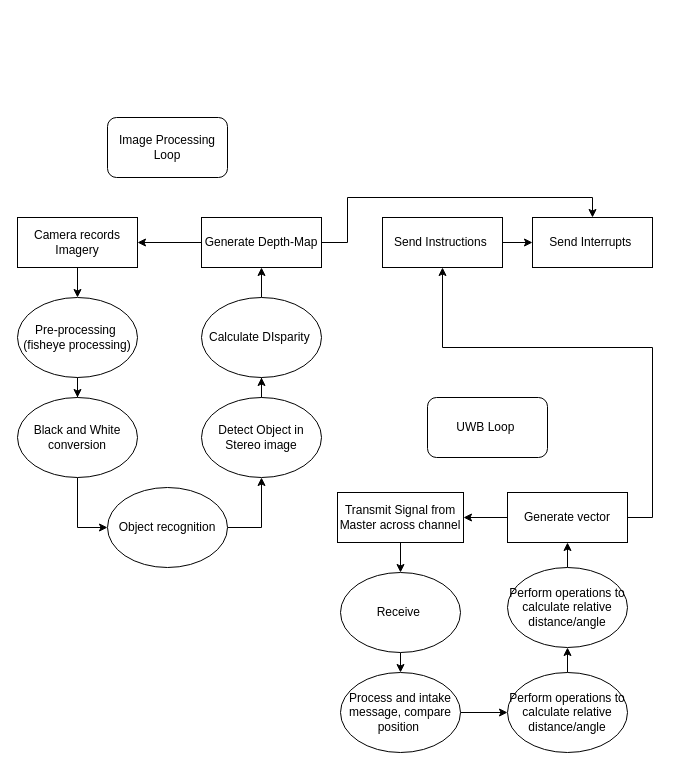
This is page "Page-1" (1 of 3) of diagrams/ProgramFlow.drawio from BowieJames/FollowMe, a draw.io file, before an edit. Source tidied: cells renumbered, new cells numbered last; positions are measured from the earlier drawing's top-left corner, leaving out a move shared by most shapes. Both pictures are drawn from the tidied source at 100%, with x=0, y=0 at pixel (17, 117).
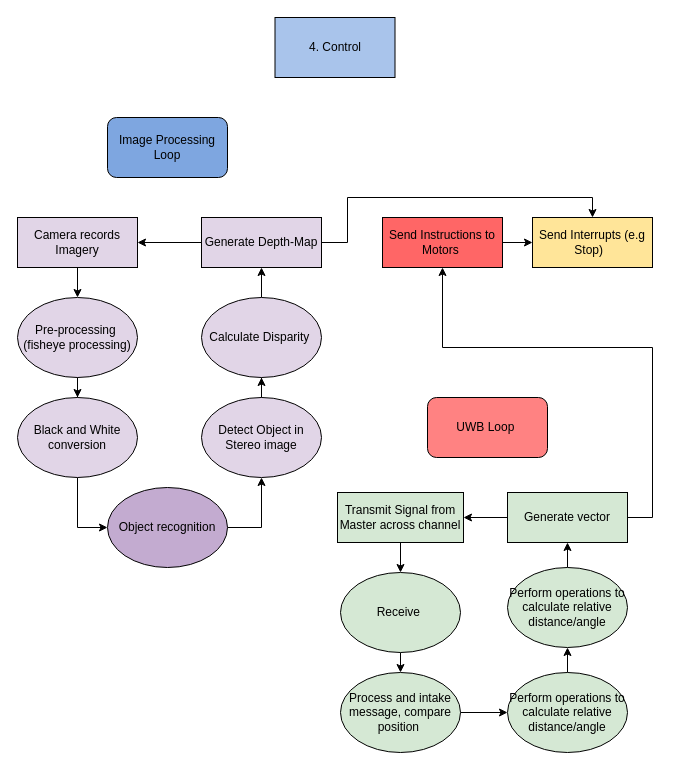
The same diagram, later.

Diff of the diagram source:
```diff
@@
-    <mxCell id="2" style="edgeStyle=orthogonalEdgeStyle;rounded=0;jettySize=auto;html=1;" parent="1" edge="1" source="3" target="5">
+    <mxCell id="2" style="edgeStyle=orthogonalEdgeStyle;rounded=0;jettySize=auto;html=1;fillColor=#E1D5E7;" parent="1" edge="1" source="3" target="5">
       <mxGeometry relative="1" as="geometry" />
     </mxCell>
-    <mxCell id="3" value="Camera records Imagery" style="rounded=0;whiteSpace=wrap;html=1;" parent="1" vertex="1">
+    <mxCell id="3" value="Camera records Imagery" style="rounded=0;whiteSpace=wrap;html=1;fillColor=#E1D5E7;" parent="1" vertex="1">
       <mxGeometry y="100" width="120" height="50" as="geometry" />
     </mxCell>
-    <mxCell id="4" style="edgeStyle=orthogonalEdgeStyle;rounded=0;jettySize=auto;html=1;" parent="1" edge="1" source="5" target="7">
+    <mxCell id="4" style="edgeStyle=orthogonalEdgeStyle;rounded=0;jettySize=auto;html=1;fillColor=#E1D5E7;" parent="1" edge="1" source="5" target="7">
       <mxGeometry relative="1" as="geometry" />
     </mxCell>
-    <mxCell id="5" value="Pre-processing&amp;nbsp;&lt;div&gt;(fisheye processing&lt;span style=&quot;background-color: transparent; color: light-dark(rgb(0, 0, 0), rgb(255, 255, 255));&quot;&gt;)&lt;/span&gt;&lt;/div&gt;" style="ellipse;whiteSpace=wrap;html=1;" parent="1" vertex="1">
+    <mxCell id="5" value="Pre-processing&amp;nbsp;&lt;div&gt;(fisheye processing&lt;span style=&quot;background-color: transparent; color: light-dark(rgb(0, 0, 0), rgb(255, 255, 255));&quot;&gt;)&lt;/span&gt;&lt;/div&gt;" style="ellipse;whiteSpace=wrap;html=1;fillColor=#E1D5E7;" parent="1" vertex="1">
       <mxGeometry y="180" width="120" height="80" as="geometry" />
     </mxCell>
-    <mxCell id="6" style="edgeStyle=orthogonalEdgeStyle;rounded=0;jettySize=auto;html=1;entryX=0;entryY=0.5;entryDx=0;entryDy=0;" parent="1" edge="1" source="7" target="9">
+    <mxCell id="6" style="edgeStyle=orthogonalEdgeStyle;rounded=0;jettySize=auto;html=1;entryX=0;entryY=0.5;entryDx=0;entryDy=0;fillColor=#E1D5E7;" parent="1" edge="1" source="7" target="9">
       <mxGeometry relative="1" as="geometry" />
     </mxCell>
-    <mxCell id="7" value="Black and White conversion" style="ellipse;whiteSpace=wrap;html=1;" parent="1" vertex="1">
+    <mxCell id="7" value="Black and White conversion" style="ellipse;whiteSpace=wrap;html=1;fillColor=#E1D5E7;" parent="1" vertex="1">
       <mxGeometry y="280" width="120" height="80" as="geometry" />
     </mxCell>
-    <mxCell id="8" style="edgeStyle=orthogonalEdgeStyle;rounded=0;jettySize=auto;html=1;entryX=0.5;entryY=1;entryDx=0;entryDy=0;" parent="1" edge="1" source="9" target="11">
+    <mxCell id="8" style="edgeStyle=orthogonalEdgeStyle;rounded=0;jettySize=auto;html=1;entryX=0.5;entryY=1;entryDx=0;entryDy=0;fillColor=#E1D5E7;" parent="1" edge="1" source="9" target="11">
       <mxGeometry relative="1" as="geometry">
         <Array as="points">
           <mxPoint x="244" y="410" />
         </Array>
       </mxGeometry>
     </mxCell>
-    <mxCell id="9" value="Object recognition" style="ellipse;whiteSpace=wrap;html=1;" parent="1" vertex="1">
+    <mxCell id="9" value="Object recognition" style="ellipse;whiteSpace=wrap;html=1;fillColor=#C3ABD0;" parent="1" vertex="1">
       <mxGeometry x="90" y="370" width="120" height="80" as="geometry" />
     </mxCell>
-    <mxCell id="10" style="edgeStyle=orthogonalEdgeStyle;rounded=0;jettySize=auto;html=1;" parent="1" edge="1" source="11" target="13">
+    <mxCell id="10" style="edgeStyle=orthogonalEdgeStyle;rounded=0;jettySize=auto;html=1;fillColor=#E1D5E7;" parent="1" edge="1" source="11" target="13">
       <mxGeometry relative="1" as="geometry" />
     </mxCell>
-    <mxCell id="11" value="Detect Object in Stereo image" style="ellipse;whiteSpace=wrap;html=1;" parent="1" vertex="1">
+    <mxCell id="11" value="Detect Object in Stereo image" style="ellipse;whiteSpace=wrap;html=1;fillColor=#E1D5E7;" parent="1" vertex="1">
       <mxGeometry x="184" y="280" width="120" height="80" as="geometry" />
     </mxCell>
-    <mxCell id="12" style="edgeStyle=orthogonalEdgeStyle;rounded=0;jettySize=auto;html=1;" parent="1" edge="1" source="13" target="16">
+    <mxCell id="12" style="edgeStyle=orthogonalEdgeStyle;rounded=0;jettySize=auto;html=1;fillColor=#E1D5E7;" parent="1" edge="1" source="13" target="16">
       <mxGeometry relative="1" as="geometry" />
     </mxCell>
-    <mxCell id="13" value="Calculate DIsparity&amp;nbsp;" style="ellipse;whiteSpace=wrap;html=1;" parent="1" vertex="1">
+    <mxCell id="13" value="Calculate Disparity&amp;nbsp;" style="ellipse;whiteSpace=wrap;html=1;fillColor=#E1D5E7;" parent="1" vertex="1">
       <mxGeometry x="184" y="180" width="120" height="80" as="geometry" />
     </mxCell>
-    <mxCell id="14" style="edgeStyle=orthogonalEdgeStyle;rounded=0;jettySize=auto;html=1;" parent="1" edge="1" source="16" target="3">
+    <mxCell id="14" style="edgeStyle=orthogonalEdgeStyle;rounded=0;jettySize=auto;html=1;fillColor=#E1D5E7;" parent="1" edge="1" source="16" target="3">
       <mxGeometry relative="1" as="geometry" />
     </mxCell>
@@
-    <mxCell id="16" value="Generate Depth-Map" style="whiteSpace=wrap;html=1;" parent="1" vertex="1">
+    <mxCell id="16" value="Generate Depth-Map" style="whiteSpace=wrap;html=1;fillColor=#E1D5E7;" parent="1" vertex="1">
       <mxGeometry x="184" y="100" width="120" height="50" as="geometry" />
     </mxCell>
-    <mxCell id="17" value="Image Processing Loop" style="rounded=1;whiteSpace=wrap;html=1;" parent="1" vertex="1">
+    <mxCell id="17" value="Image Processing Loop" style="rounded=1;whiteSpace=wrap;html=1;fillColor=#7EA6E0;" parent="1" vertex="1">
       <mxGeometry x="90" width="120" height="60" as="geometry" />
     </mxCell>
-    <mxCell id="18" style="edgeStyle=orthogonalEdgeStyle;rounded=0;jettySize=auto;html=1;" parent="1" edge="1" source="19" target="22">
+    <mxCell id="18" style="edgeStyle=orthogonalEdgeStyle;rounded=0;jettySize=auto;html=1;fillColor=#D5E8D4;" parent="1" edge="1" source="19" target="22">
       <mxGeometry relative="1" as="geometry" />
     </mxCell>
-    <mxCell id="19" value="Transmit Signal from Master across channel" style="rounded=0;whiteSpace=wrap;html=1;" parent="1" vertex="1">
+    <mxCell id="19" value="Transmit Signal from Master across channel" style="rounded=0;whiteSpace=wrap;html=1;fillColor=#D5E8D4;" parent="1" vertex="1">
       <mxGeometry x="320" y="375" width="126" height="50" as="geometry" />
     </mxCell>
-    <mxCell id="20" value="UWB Loop&amp;nbsp;" style="rounded=1;whiteSpace=wrap;html=1;" parent="1" vertex="1">
+    <mxCell id="20" value="UWB Loop&amp;nbsp;" style="rounded=1;whiteSpace=wrap;html=1;fillColor=#FF8282;" parent="1" vertex="1">
       <mxGeometry x="410" y="280" width="120" height="60" as="geometry" />
     </mxCell>
-    <mxCell id="21" style="edgeStyle=orthogonalEdgeStyle;rounded=0;jettySize=auto;html=1;" parent="1" edge="1" source="22">
+    <mxCell id="21" style="edgeStyle=orthogonalEdgeStyle;rounded=0;jettySize=auto;html=1;fillColor=#D5E8D4;" parent="1" edge="1" source="22">
       <mxGeometry relative="1" as="geometry">
         <mxPoint x="383" y="555" as="targetPoint" />
       </mxGeometry>
     </mxCell>
-    <mxCell id="22" value="Receive&amp;nbsp;" style="ellipse;whiteSpace=wrap;html=1;" parent="1" vertex="1">
+    <mxCell id="22" value="Receive&amp;nbsp;" style="ellipse;whiteSpace=wrap;html=1;fillColor=#D5E8D4;" parent="1" vertex="1">
       <mxGeometry x="323" y="455" width="120" height="80" as="geometry" />
     </mxCell>
-    <mxCell id="23" style="edgeStyle=orthogonalEdgeStyle;rounded=0;jettySize=auto;html=1;" parent="1" edge="1" source="24" target="26">
+    <mxCell id="23" style="edgeStyle=orthogonalEdgeStyle;rounded=0;jettySize=auto;html=1;fillColor=#D5E8D4;" parent="1" edge="1" source="24" target="26">
       <mxGeometry relative="1" as="geometry" />
     </mxCell>
-    <mxCell id="24" value="Process and intake message, compare position&amp;nbsp;" style="ellipse;whiteSpace=wrap;html=1;" parent="1" vertex="1">
+    <mxCell id="24" value="Process and intake message, compare position&amp;nbsp;" style="ellipse;whiteSpace=wrap;html=1;fillColor=#D5E8D4;" parent="1" vertex="1">
       <mxGeometry x="323" y="555" width="120" height="80" as="geometry" />
     </mxCell>
-    <mxCell id="25" style="edgeStyle=orthogonalEdgeStyle;rounded=0;jettySize=auto;html=1;" parent="1" edge="1" source="26" target="28">
+    <mxCell id="25" style="edgeStyle=orthogonalEdgeStyle;rounded=0;jettySize=auto;html=1;fillColor=#D5E8D4;" parent="1" edge="1" source="26" target="28">
       <mxGeometry relative="1" as="geometry" />
     </mxCell>
-    <mxCell id="26" value="Perform operations to calculate relative distance/angle" style="ellipse;whiteSpace=wrap;html=1;" parent="1" vertex="1">
+    <mxCell id="26" value="Perform operations to calculate relative distance/angle" style="ellipse;whiteSpace=wrap;html=1;fillColor=#D5E8D4;" parent="1" vertex="1">
       <mxGeometry x="490" y="555" width="120" height="80" as="geometry" />
     </mxCell>
-    <mxCell id="27" style="edgeStyle=orthogonalEdgeStyle;rounded=0;jettySize=auto;html=1;" parent="1" edge="1" source="28" target="34">
+    <mxCell id="27" style="edgeStyle=orthogonalEdgeStyle;rounded=0;jettySize=auto;html=1;fillColor=#D5E8D4;" parent="1" edge="1" source="28" target="34">
       <mxGeometry relative="1" as="geometry" />
     </mxCell>
-    <mxCell id="28" value="Perform operations to calculate relative distance/angle" style="ellipse;whiteSpace=wrap;html=1;" parent="1" vertex="1">
+    <mxCell id="28" value="Perform operations to calculate relative distance/angle" style="ellipse;whiteSpace=wrap;html=1;fillColor=#D5E8D4;" parent="1" vertex="1">
       <mxGeometry x="490" y="450" width="120" height="80" as="geometry" />
     </mxCell>
@@
-    <mxCell id="30" value="Send Instructions&amp;nbsp;" style="whiteSpace=wrap;html=1;" parent="1" vertex="1">
+    <mxCell id="30" value="Send Instructions to Motors&amp;nbsp;" style="whiteSpace=wrap;html=1;fillColor=#FF6666;" parent="1" vertex="1">
       <mxGeometry x="365" y="100" width="120" height="50" as="geometry" />
     </mxCell>
-    <mxCell id="31" value="Send Interrupts&amp;nbsp;" style="whiteSpace=wrap;html=1;" parent="1" vertex="1">
+    <mxCell id="31" value="Send Interrupts (e.g Stop)&amp;nbsp;&amp;nbsp;" style="whiteSpace=wrap;html=1;fillColor=#FFE599;" parent="1" vertex="1">
       <mxGeometry x="515" y="100" width="120" height="50" as="geometry" />
     </mxCell>
@@
-    <mxCell id="33" style="edgeStyle=orthogonalEdgeStyle;rounded=0;jettySize=auto;html=1;" parent="1" edge="1" source="34" target="19">
+    <mxCell id="33" style="edgeStyle=orthogonalEdgeStyle;rounded=0;jettySize=auto;html=1;fillColor=#D5E8D4;" parent="1" edge="1" source="34" target="19">
       <mxGeometry relative="1" as="geometry" />
     </mxCell>
-    <mxCell id="34" value="Generate vector" style="whiteSpace=wrap;html=1;" parent="1" vertex="1">
+    <mxCell id="34" value="Generate vector" style="whiteSpace=wrap;html=1;fillColor=#D5E8D4;" parent="1" vertex="1">
       <mxGeometry x="490" y="375" width="120" height="50" as="geometry" />
     </mxCell>
+    <mxCell id="35" value="4. Control" style="rounded=0;whiteSpace=wrap;html=1;fillColor=#A9C4EB;" parent="1" vertex="1">
+      <mxGeometry x="257.5" y="-100" width="120" height="60" as="geometry" />
+    </mxCell>
```
